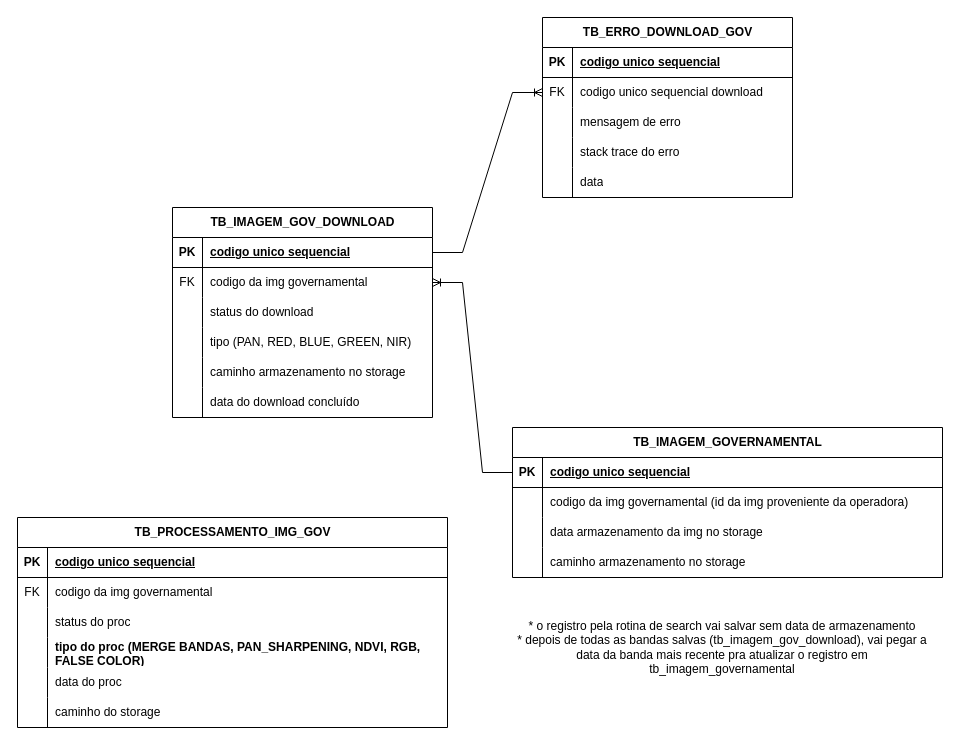
This is page "DDL_INDICES_HD_AGROEXPLORE" (1 of 3) of API_INDICES_HD.drawio from gabrielk-visiona/data-teste, a draw.io file, before an edit. Source tidied: cells renumbered, new cells numbered last; positions are measured from the earlier drawing's top-left corner, leaving out a move shared by most shapes. Both pictures are drawn from the tidied source at 100%, with x=0, y=0 at pixel (17, 17).
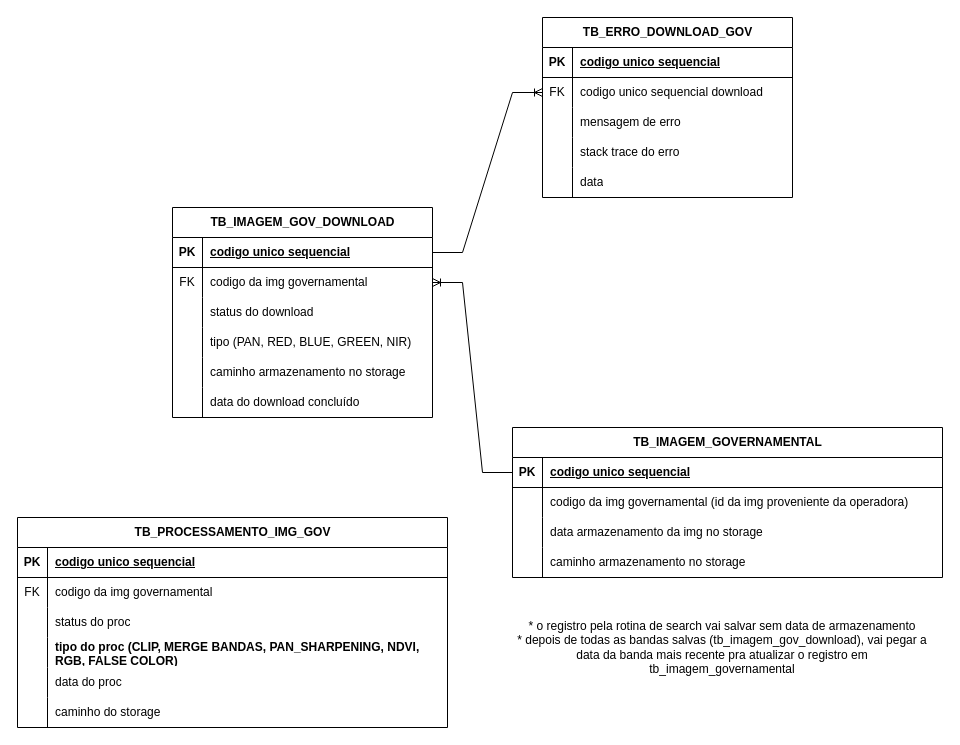
After the change.

Unchanged cells that the change refers to:
```xml
<mxCell id="62" style="shape=tableRow;horizontal=0;startSize=0;swimlaneHead=0;swimlaneBody=0;fillColor=none;top=0;left=0;right=0;bottom=0;" parent="52" vertex="1">
  <mxGeometry y="120" width="430" height="30" as="geometry" />
</mxCell>
```

Diff of the diagram source:
```diff
@@
-    <mxCell id="64" value="&lt;b&gt;tipo do proc (MERGE BANDAS, PAN_SHARPENING, NDVI, RGB, FALSE COLOR)&lt;/b&gt;" style="shape=partialRectangle;fillColor=none;top=0;left=0;bottom=0;right=0;align=left;spacingLeft=6;overflow=hidden;whiteSpace=wrap;html=1;" parent="62" vertex="1">
+    <mxCell id="64" value="&lt;b&gt;tipo do proc (CLIP, MERGE BANDAS, PAN_SHARPENING, NDVI, RGB, FALSE COLOR)&lt;/b&gt;" style="shape=partialRectangle;fillColor=none;top=0;left=0;bottom=0;right=0;align=left;spacingLeft=6;overflow=hidden;whiteSpace=wrap;html=1;" parent="62" vertex="1">
       <mxGeometry x="30" width="400" height="30" as="geometry" />
     </mxCell>
```
